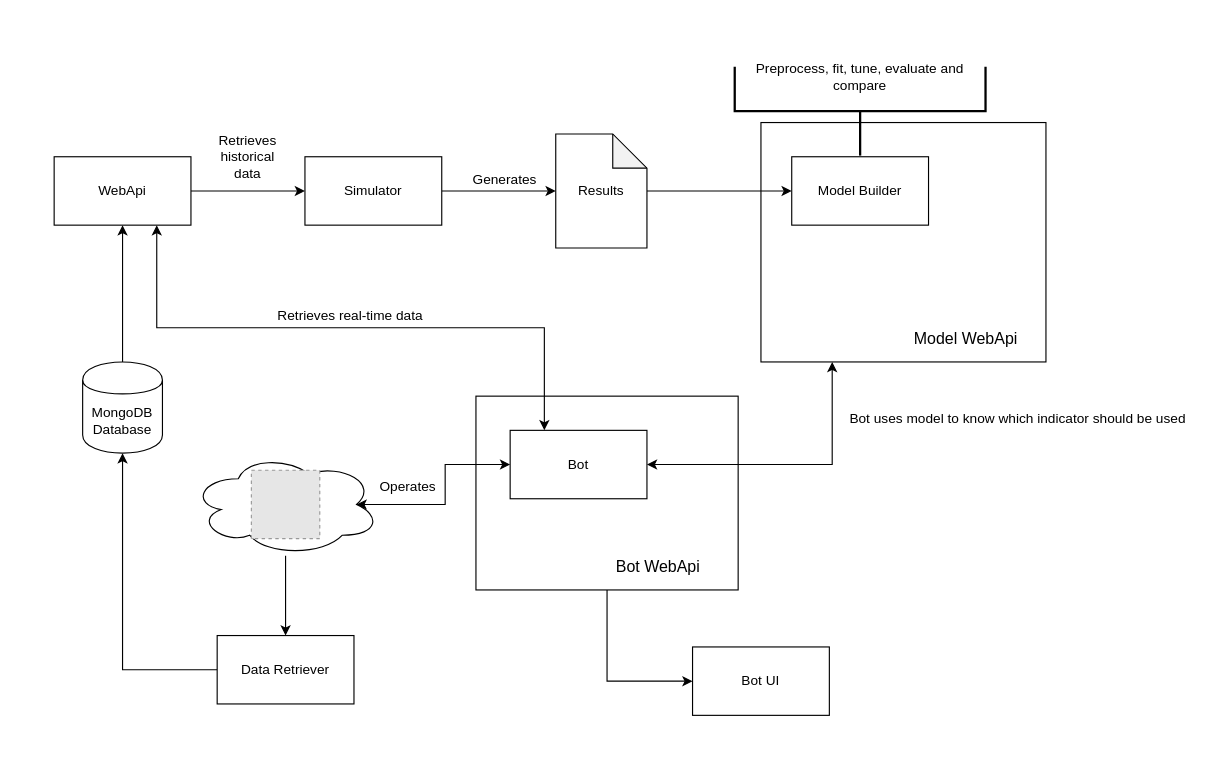
Above: Docs/SystemDiagram.drawio in ruiz-salvat/morfeo (draw.io), before the change. Source tidied: cells renumbered, new cells numbered last; positions are measured from the earlier drawing's top-left corner, leaving out a move shared by most shapes. Both pictures are drawn from the tidied source at 114%, with x=0, y=0 at pixel (54, -15). Pictures stored in the file or linked from it are replaced by grey dashed boxes.
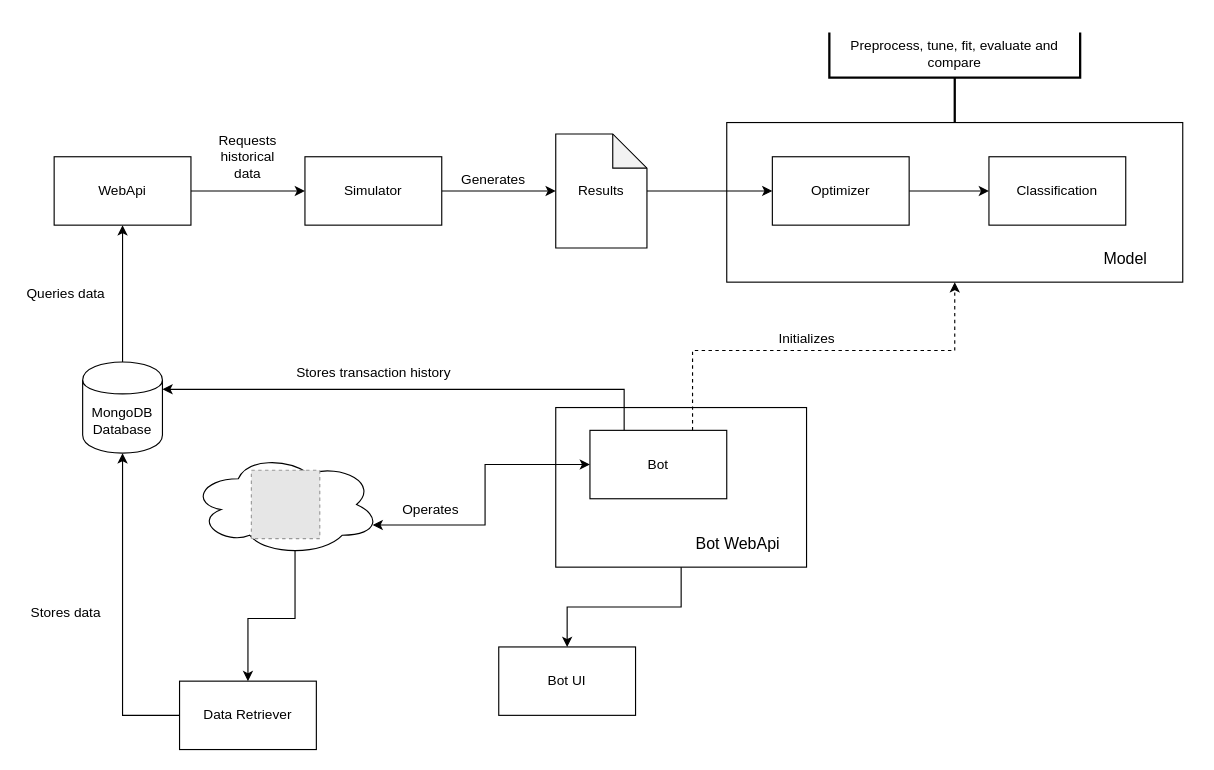
Above is the later version.

Commit message (it also covers changes not shown here):
System diagram

The change refers to these unchanged cells:
```xml
<mxCell id="3" style="ellipse;shape=cloud;whiteSpace=wrap;html=1;" parent="1" vertex="1">
  <mxGeometry x="120" y="410" width="166" height="90" as="geometry" />
</mxCell>
<mxCell id="8" value="MongoDB&lt;br&gt;Database" style="shape=cylinder;whiteSpace=wrap;html=1;boundedLbl=1;backgroundOutline=1;" parent="1" vertex="1">
  <mxGeometry x="25" y="330" width="70" height="80" as="geometry" />
</mxCell>
<mxCell id="11" value="WebApi" style="rounded=0;whiteSpace=wrap;html=1;" parent="1" vertex="1">
  <mxGeometry y="150" width="120" height="60" as="geometry" />
</mxCell>
<mxCell id="15" value="Results" style="shape=note;whiteSpace=wrap;html=1;backgroundOutline=1;darkOpacity=0.05;" parent="1" vertex="1">
  <mxGeometry x="440" y="130" width="80" height="100" as="geometry" />
</mxCell>
```

The edit, as a diff of the source:
```diff
@@
-    <mxCell id="2" style="edgeStyle=orthogonalEdgeStyle;rounded=0;jettySize=auto;html=1;entryX=0.5;entryY=0;entryDx=0;entryDy=0;" parent="1" edge="1" source="3" target="6">
+    <mxCell id="2" style="edgeStyle=orthogonalEdgeStyle;rounded=0;jettySize=auto;html=1;entryX=0.5;entryY=0;entryDx=0;entryDy=0;exitX=0.55;exitY=0.95;exitDx=0;exitDy=0;exitPerimeter=0;" parent="1" edge="1" source="3" target="6">
       <mxGeometry relative="1" as="geometry" />
     </mxCell>
@@
     <mxCell id="6" value="Data Retriever" style="rounded=0;whiteSpace=wrap;html=1;" parent="1" vertex="1">
-      <mxGeometry x="143" y="570" width="120" height="60" as="geometry" />
+      <mxGeometry x="110" y="610" width="120" height="60" as="geometry" />
     </mxCell>
@@
-    <mxCell id="10" style="edgeStyle=orthogonalEdgeStyle;rounded=0;jettySize=auto;html=1;exitX=0.75;exitY=1;exitDx=0;exitDy=0;entryX=0.25;entryY=0;entryDx=0;entryDy=0;startArrow=classic;startFill=1;" parent="1" edge="1" source="11" target="21">
-      <mxGeometry relative="1" as="geometry" />
-    </mxCell>
@@
-    <mxCell id="14" style="edgeStyle=orthogonalEdgeStyle;rounded=0;jettySize=auto;html=1;entryX=0;entryY=0.5;entryDx=0;entryDy=0;" parent="1" edge="1" source="15" target="16">
-      <mxGeometry relative="1" as="geometry" />
-    </mxCell>
+    <mxCell id="33" style="edgeStyle=orthogonalEdgeStyle;rounded=0;jettySize=auto;html=1;entryX=0;entryY=0.5;entryDx=0;entryDy=0;" parent="1" edge="1" source="15" target="37">
+      <mxGeometry relative="1" as="geometry" />
+    </mxCell>
@@
-    <mxCell id="16" value="Model Builder" style="rounded=0;whiteSpace=wrap;html=1;" parent="1" vertex="1">
-      <mxGeometry x="647" y="150" width="120" height="60" as="geometry" />
-    </mxCell>
-    <mxCell id="17" style="rounded=0;whiteSpace=wrap;html=1;fillColor=none;" parent="1" vertex="1">
-      <mxGeometry x="620" y="120" width="250" height="210" as="geometry" />
-    </mxCell>
-    <mxCell id="18" value="&lt;font style=&quot;font-size: 14px&quot;&gt;Model WebApi&lt;/font&gt;" style="text;html=1;strokeColor=none;fillColor=none;align=center;verticalAlign=middle;whiteSpace=wrap;rounded=0;" parent="1" vertex="1">
-      <mxGeometry x="750" y="300" width="100" height="20" as="geometry" />
+    <mxCell id="18" value="&lt;font style=&quot;font-size: 14px&quot;&gt;Model&lt;/font&gt;" style="text;html=1;strokeColor=none;fillColor=none;align=center;verticalAlign=middle;whiteSpace=wrap;rounded=0;" parent="1" vertex="1">
+      <mxGeometry x="890" y="230" width="100" height="20" as="geometry" />
     </mxCell>
-    <mxCell id="19" style="edgeStyle=orthogonalEdgeStyle;rounded=0;jettySize=auto;html=1;entryX=0.875;entryY=0.5;entryDx=0;entryDy=0;entryPerimeter=0;startArrow=classic;startFill=1;" parent="1" edge="1" source="21" target="3">
+    <mxCell id="19" style="edgeStyle=orthogonalEdgeStyle;rounded=0;jettySize=auto;html=1;entryX=0.96;entryY=0.7;entryDx=0;entryDy=0;entryPerimeter=0;startArrow=classic;startFill=1;" parent="1" edge="1" source="21" target="3">
       <mxGeometry relative="1" as="geometry" />
     </mxCell>
-    <mxCell id="20" style="edgeStyle=orthogonalEdgeStyle;rounded=0;jettySize=auto;html=1;entryX=0.25;entryY=1;entryDx=0;entryDy=0;startArrow=classic;startFill=1;" parent="1" edge="1" source="21" target="17">
-      <mxGeometry relative="1" as="geometry" />
-    </mxCell>
+    <mxCell id="34" style="edgeStyle=orthogonalEdgeStyle;rounded=0;jettySize=auto;html=1;entryX=0.5;entryY=1;entryDx=0;entryDy=0;dashed=1;exitX=0.75;exitY=0;exitDx=0;exitDy=0;" parent="1" edge="1" source="21" target="39">
+      <mxGeometry relative="1" as="geometry">
+        <Array as="points">
+          <mxPoint x="560" y="320" />
+          <mxPoint x="790" y="320" />
+        </Array>
+      </mxGeometry>
+    </mxCell>
+    <mxCell id="35" style="edgeStyle=orthogonalEdgeStyle;rounded=0;jettySize=auto;html=1;exitX=0.25;exitY=0;exitDx=0;exitDy=0;entryX=1;entryY=0.3;entryDx=0;entryDy=0;" parent="1" edge="1" source="21" target="8">
+      <mxGeometry relative="1" as="geometry" />
+    </mxCell>
     <mxCell id="21" value="Bot" style="rounded=0;whiteSpace=wrap;html=1;fillColor=none;" parent="1" vertex="1">
-      <mxGeometry x="400" y="390" width="120" height="60" as="geometry" />
+      <mxGeometry x="470" y="390" width="120" height="60" as="geometry" />
     </mxCell>
-    <mxCell id="22" style="edgeStyle=orthogonalEdgeStyle;rounded=0;jettySize=auto;html=1;entryX=0;entryY=0.5;entryDx=0;entryDy=0;startArrow=none;startFill=0;" parent="1" edge="1" source="23" target="25">
+    <mxCell id="22" style="edgeStyle=orthogonalEdgeStyle;rounded=0;jettySize=auto;html=1;entryX=0.5;entryY=0;entryDx=0;entryDy=0;startArrow=none;startFill=0;" parent="1" edge="1" source="23" target="25">
       <mxGeometry relative="1" as="geometry" />
     </mxCell>
     <mxCell id="23" style="rounded=0;whiteSpace=wrap;html=1;fillColor=none;" parent="1" vertex="1">
-      <mxGeometry x="370" y="360" width="230" height="170" as="geometry" />
+      <mxGeometry x="440" y="370" width="220" height="140" as="geometry" />
     </mxCell>
     <mxCell id="24" value="&lt;font style=&quot;font-size: 14px&quot;&gt;Bot WebApi&lt;/font&gt;" style="text;html=1;strokeColor=none;fillColor=none;align=center;verticalAlign=middle;whiteSpace=wrap;rounded=0;" parent="1" vertex="1">
-      <mxGeometry x="480" y="500" width="100" height="20" as="geometry" />
+      <mxGeometry x="550" y="480" width="100" height="20" as="geometry" />
     </mxCell>
     <mxCell id="25" value="Bot UI" style="rounded=0;whiteSpace=wrap;html=1;fillColor=none;" parent="1" vertex="1">
-      <mxGeometry x="560" y="580" width="120" height="60" as="geometry" />
+      <mxGeometry x="390" y="580" width="120" height="60" as="geometry" />
     </mxCell>
-    <mxCell id="26" value="Retrieves historical data" style="text;html=1;strokeColor=none;fillColor=none;align=center;verticalAlign=middle;whiteSpace=wrap;rounded=0;" parent="1" vertex="1">
+    <mxCell id="26" value="Requests historical data" style="text;html=1;strokeColor=none;fillColor=none;align=center;verticalAlign=middle;whiteSpace=wrap;rounded=0;" parent="1" vertex="1">
       <mxGeometry x="150" y="140" width="40" height="20" as="geometry" />
     </mxCell>
-    <mxCell id="27" value="Retrieves real-time data" style="text;html=1;strokeColor=none;fillColor=none;align=center;verticalAlign=middle;whiteSpace=wrap;rounded=0;" parent="1" vertex="1">
-      <mxGeometry x="190" y="280" width="140" height="20" as="geometry" />
-    </mxCell>
     <mxCell id="28" value="Generates" style="text;html=1;align=center;verticalAlign=middle;" parent="1" vertex="1">
-      <mxGeometry x="360" y="160" width="70" height="20" as="geometry" />
+      <mxGeometry x="350" y="160" width="70" height="20" as="geometry" />
     </mxCell>
-    <mxCell id="29" value="Bot uses model to know which indicator should be used" style="text;html=1;align=center;verticalAlign=middle;" parent="1" vertex="1">
-      <mxGeometry x="690" y="370" width="310" height="20" as="geometry" />
-    </mxCell>
     <mxCell id="30" value="Operates" style="text;html=1;align=center;verticalAlign=middle;" parent="1" vertex="1">
-      <mxGeometry x="280" y="430" width="60" height="20" as="geometry" />
+      <mxGeometry x="300" y="450" width="60" height="20" as="geometry" />
     </mxCell>
     <mxCell id="31" style="strokeWidth=2;html=1;shape=mxgraph.flowchart.annotation_2;align=left;labelPosition=right;rotation=-90;" parent="1" vertex="1">
-      <mxGeometry x="668" width="78" height="220" as="geometry" />
+      <mxGeometry x="750.5" y="-29.5" width="79" height="220" as="geometry" />
     </mxCell>
-    <mxCell id="32" value="Preprocess, fit, tune, evaluate and compare" style="text;html=1;strokeColor=none;fillColor=none;align=center;verticalAlign=middle;whiteSpace=wrap;rounded=0;" parent="1" vertex="1">
-      <mxGeometry x="602" y="50" width="210" height="60" as="geometry" />
+    <mxCell id="32" value="Preprocess, tune, fit,&amp;nbsp;evaluate and compare" style="text;html=1;strokeColor=none;fillColor=none;align=center;verticalAlign=middle;whiteSpace=wrap;rounded=0;" parent="1" vertex="1">
+      <mxGeometry x="685" y="30" width="210" height="60" as="geometry" />
     </mxCell>
+    <mxCell id="36" style="edgeStyle=orthogonalEdgeStyle;rounded=0;jettySize=auto;html=1;entryX=0;entryY=0.5;entryDx=0;entryDy=0;" parent="1" edge="1" source="37" target="38">
+      <mxGeometry relative="1" as="geometry" />
+    </mxCell>
+    <mxCell id="37" value="Optimizer" style="rounded=0;whiteSpace=wrap;html=1;" parent="1" vertex="1">
+      <mxGeometry x="630" y="150" width="120" height="60" as="geometry" />
+    </mxCell>
+    <mxCell id="38" value="Classification" style="rounded=0;whiteSpace=wrap;html=1;" parent="1" vertex="1">
+      <mxGeometry x="820" y="150" width="120" height="60" as="geometry" />
+    </mxCell>
+    <mxCell id="39" style="rounded=0;whiteSpace=wrap;html=1;fillColor=none;" parent="1" vertex="1">
+      <mxGeometry x="590" y="120" width="400" height="140" as="geometry" />
+    </mxCell>
+    <mxCell id="40" value="Initializes" style="text;html=1;align=center;verticalAlign=middle;" parent="1" vertex="1">
+      <mxGeometry x="630" y="300" width="60" height="20" as="geometry" />
+    </mxCell>
+    <mxCell id="41" value="Stores data" style="text;html=1;align=center;verticalAlign=middle;" parent="1" vertex="1">
+      <mxGeometry x="-30" y="540" width="80" height="20" as="geometry" />
+    </mxCell>
+    <mxCell id="42" value="Queries data" style="text;html=1;align=center;verticalAlign=middle;" parent="1" vertex="1">
+      <mxGeometry x="-30" y="260" width="80" height="20" as="geometry" />
+    </mxCell>
+    <mxCell id="43" value="Stores transaction history" style="text;html=1;align=center;verticalAlign=middle;" parent="1" vertex="1">
+      <mxGeometry x="205" y="330" width="150" height="20" as="geometry" />
+    </mxCell>
```
